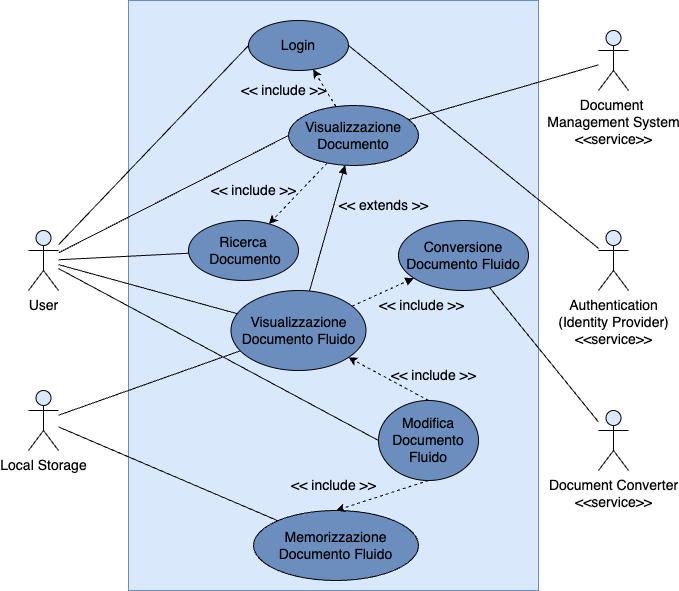
This is img/tesi-1-Use-case.drawio.png from paganellif/tesi-paganelli, a draw.io export, as it was before one commit. Source tidied: cells renumbered, new cells last; positions are measured from the earlier drawing's top-left corner, leaving out a move shared by most shapes.
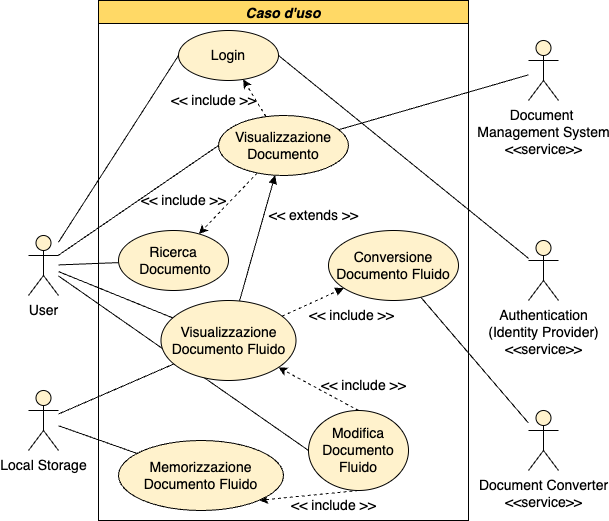
After the change.

Diff of the diagram source:
```diff
@@ -2,9 +2,6 @@
   <root>
     <mxCell id="0" />
     <mxCell id="1" parent="0" />
-    <mxCell id="2" style="rounded=0;whiteSpace=wrap;html=1;fillColor=#dae8fc;strokeColor=#6c8ebf;fontSize=14;" parent="1" vertex="1">
-      <mxGeometry x="100" width="410" height="590" as="geometry" />
-    </mxCell>
     <mxCell id="3" style="rounded=0;jettySize=auto;html=1;entryX=0;entryY=0.5;entryDx=0;entryDy=0;endArrow=none;endFill=0;fontSize=14;fillColor=#dae8fc;strokeColor=#000000;" parent="1" edge="1" source="6" target="8">
       <mxGeometry relative="1" as="geometry" />
     </mxCell>
@@ -14,19 +11,19 @@
     <mxCell id="5" style="edgeStyle=none;rounded=0;jettySize=auto;html=1;endArrow=none;endFill=0;entryX=0;entryY=0.5;entryDx=0;entryDy=0;fontSize=14;fillColor=#dae8fc;strokeColor=#000000;" parent="1" edge="1" source="6" target="16">
       <mxGeometry relative="1" as="geometry" />
     </mxCell>
-    <mxCell id="6" value="User" style="shape=umlActor;verticalLabelPosition=bottom;verticalAlign=top;html=1;outlineConnect=0;fillColor=#dae8fc;fontSize=14;strokeColor=#000000;" parent="1" vertex="1">
-      <mxGeometry y="230" width="30" height="60" as="geometry" />
+    <mxCell id="6" value="User" style="shape=umlActor;verticalLabelPosition=bottom;verticalAlign=top;html=1;outlineConnect=0;fillColor=#FFF2CC;fontSize=14;strokeColor=#000000;" parent="1" vertex="1">
+      <mxGeometry x="70" y="225" width="30" height="60" as="geometry" />
     </mxCell>
     <mxCell id="7" style="edgeStyle=none;rounded=0;jettySize=auto;html=1;endArrow=none;endFill=0;exitX=1;exitY=0.5;exitDx=0;exitDy=0;fontSize=14;fillColor=#dae8fc;strokeColor=#000000;" parent="1" edge="1" source="8" target="9">
       <mxGeometry relative="1" as="geometry" />
     </mxCell>
-    <mxCell id="8" value="Login" style="ellipse;whiteSpace=wrap;html=1;fillColor=#6C8EBF;strokeColor=#000000;fontSize=14;" parent="1" vertex="1">
+    <mxCell id="8" value="Login" style="ellipse;whiteSpace=wrap;html=1;fillColor=#FFF2CC;strokeColor=#000000;fontSize=14;" parent="1" vertex="1">
       <mxGeometry x="220" y="20" width="100" height="50" as="geometry" />
     </mxCell>
-    <mxCell id="9" value="Authentication&lt;br style=&quot;font-size: 14px;&quot;&gt;(Identity Provider)&lt;br style=&quot;font-size: 14px;&quot;&gt;&amp;lt;&amp;lt;service&amp;gt;&amp;gt;" style="shape=umlActor;verticalLabelPosition=bottom;verticalAlign=top;html=1;outlineConnect=0;fillColor=#dae8fc;fontSize=14;strokeColor=#000000;" parent="1" vertex="1">
+    <mxCell id="9" value="Authentication&lt;br style=&quot;font-size: 14px;&quot;&gt;(Identity Provider)&lt;br style=&quot;font-size: 14px;&quot;&gt;&amp;lt;&amp;lt;service&amp;gt;&amp;gt;" style="shape=umlActor;verticalLabelPosition=bottom;verticalAlign=top;html=1;outlineConnect=0;fillColor=#FFF2CC;fontSize=14;strokeColor=#000000;" parent="1" vertex="1">
       <mxGeometry x="570" y="230" width="30" height="60" as="geometry" />
     </mxCell>
-    <mxCell id="10" value="Ricerca&lt;br style=&quot;font-size: 14px;&quot;&gt;&amp;nbsp;Documento" style="ellipse;whiteSpace=wrap;html=1;fillColor=#6C8EBF;strokeColor=#000000;fontSize=14;" parent="1" vertex="1">
+    <mxCell id="10" value="Ricerca&lt;br style=&quot;font-size: 14px;&quot;&gt;&amp;nbsp;Documento" style="ellipse;whiteSpace=wrap;html=1;fillColor=#FFF2CC;strokeColor=#000000;fontSize=14;" parent="1" vertex="1">
       <mxGeometry x="160" y="220" width="110" height="60" as="geometry" />
     </mxCell>
     <mxCell id="11" style="edgeStyle=none;rounded=0;jettySize=auto;html=1;endArrow=classic;endFill=1;dashed=1;fillColor=#dae8fc;strokeColor=#000000;fontSize=14;" parent="1" edge="1" source="14" target="10">
@@ -38,13 +35,13 @@
     <mxCell id="13" style="rounded=0;jettySize=auto;html=1;dashed=1;fillColor=#dae8fc;strokeColor=#000000;fontSize=14;" parent="1" edge="1" source="14" target="8">
       <mxGeometry relative="1" as="geometry" />
     </mxCell>
-    <mxCell id="14" value="Visualizzazione Documento" style="ellipse;whiteSpace=wrap;html=1;fillColor=#6C8EBF;strokeColor=#000000;fontSize=14;" parent="1" vertex="1">
+    <mxCell id="14" value="Visualizzazione Documento" style="ellipse;whiteSpace=wrap;html=1;fillColor=#FFF2CC;strokeColor=#000000;fontSize=14;" parent="1" vertex="1">
       <mxGeometry x="260" y="105" width="130" height="60" as="geometry" />
     </mxCell>
     <mxCell id="15" value="&amp;lt;&amp;lt; include &amp;gt;&amp;gt;" style="text;html=1;align=center;verticalAlign=middle;strokeColor=none;fillColor=none;fontSize=14;" parent="1" vertex="1">
       <mxGeometry x="170" y="175" width="110" height="30" as="geometry" />
     </mxCell>
-    <mxCell id="16" value="Modifica Documento Fluido" style="ellipse;whiteSpace=wrap;html=1;fillColor=#6C8EBF;strokeColor=#000000;fontSize=14;" parent="1" vertex="1">
+    <mxCell id="16" value="Modifica Documento Fluido" style="ellipse;whiteSpace=wrap;html=1;fillColor=#FFF2CC;strokeColor=#000000;fontSize=14;" parent="1" vertex="1">
       <mxGeometry x="350" y="400" width="100" height="80" as="geometry" />
     </mxCell>
     <mxCell id="17" style="edgeStyle=none;rounded=0;jettySize=auto;html=1;endArrow=classic;endFill=1;dashed=1;exitX=0.5;exitY=0;exitDx=0;exitDy=0;fillColor=#dae8fc;strokeColor=#000000;fontSize=14;" parent="1" edge="1" source="16" target="26">
@@ -56,13 +53,7 @@
     <mxCell id="19" style="rounded=0;jettySize=auto;html=1;endArrow=none;endFill=0;fontSize=14;fillColor=#dae8fc;strokeColor=#000000;" parent="1" edge="1" source="20" target="35">
       <mxGeometry relative="1" as="geometry" />
     </mxCell>
-    <mxCell id="20" value="Memorizzazione Documento Fluido" style="ellipse;whiteSpace=wrap;html=1;fillColor=#6C8EBF;strokeColor=#000000;fontSize=14;" parent="1" vertex="1">
-      <mxGeometry x="225" y="510" width="165" height="70" as="geometry" />
-    </mxCell>
-    <mxCell id="21" value="&amp;lt;&amp;lt; include &amp;gt;&amp;gt;" style="text;html=1;align=center;verticalAlign=middle;strokeColor=none;fillColor=none;fontSize=14;" parent="1" vertex="1">
-      <mxGeometry x="250" y="470" width="110" height="30" as="geometry" />
-    </mxCell>
-    <mxCell id="22" style="edgeStyle=none;rounded=0;jettySize=auto;html=1;endArrow=classic;endFill=1;dashed=1;entryX=0.5;entryY=0;entryDx=0;entryDy=0;exitX=0.5;exitY=1;exitDx=0;exitDy=0;fillColor=#dae8fc;strokeColor=#000000;fontSize=14;" parent="1" edge="1" source="16" target="20">
+    <mxCell id="22" style="edgeStyle=none;rounded=0;jettySize=auto;html=1;endArrow=classic;endFill=1;dashed=1;entryX=1;entryY=1;entryDx=0;entryDy=0;exitX=0.5;exitY=1;exitDx=0;exitDy=0;fillColor=#dae8fc;strokeColor=#000000;fontSize=14;" parent="1" edge="1" source="16" target="20">
       <mxGeometry relative="1" as="geometry" />
     </mxCell>
     <mxCell id="23" style="edgeStyle=none;rounded=0;jettySize=auto;html=1;endArrow=block;endFill=1;startArrow=none;startFill=0;fillColor=#dae8fc;strokeColor=#000000;fontSize=14;" parent="1" edge="1" source="26" target="14">
@@ -74,7 +65,7 @@
     <mxCell id="25" style="edgeStyle=none;rounded=0;jettySize=auto;html=1;endArrow=none;endFill=0;fontSize=14;fillColor=#dae8fc;strokeColor=#000000;" parent="1" edge="1" source="26" target="35">
       <mxGeometry relative="1" as="geometry" />
     </mxCell>
-    <mxCell id="26" value="Visualizzazione Documento Fluido" style="ellipse;whiteSpace=wrap;html=1;fillColor=#6C8EBF;strokeColor=#000000;fontSize=14;" parent="1" vertex="1">
+    <mxCell id="26" value="Visualizzazione Documento Fluido" style="ellipse;whiteSpace=wrap;html=1;fillColor=#FFF2CC;strokeColor=#000000;fontSize=14;" parent="1" vertex="1">
       <mxGeometry x="202.5" y="290" width="135" height="80" as="geometry" />
     </mxCell>
     <mxCell id="27" value="&amp;lt;&amp;lt; extends &amp;gt;&amp;gt;" style="text;html=1;align=center;verticalAlign=middle;strokeColor=none;fillColor=none;fontSize=14;" parent="1" vertex="1">
@@ -89,23 +80,32 @@
     <mxCell id="30" style="edgeStyle=none;rounded=0;jettySize=auto;html=1;startArrow=none;startFill=0;endArrow=none;endFill=0;fontSize=14;fillColor=#dae8fc;strokeColor=#000000;" parent="1" edge="1" source="31" target="33">
       <mxGeometry relative="1" as="geometry" />
     </mxCell>
-    <mxCell id="31" value="Conversione Documento Fluido" style="ellipse;whiteSpace=wrap;html=1;fillColor=#6C8EBF;strokeColor=#000000;fontSize=14;" parent="1" vertex="1">
+    <mxCell id="31" value="Conversione Documento Fluido" style="ellipse;whiteSpace=wrap;html=1;fillColor=#FFF2CC;strokeColor=#000000;fontSize=14;" parent="1" vertex="1">
       <mxGeometry x="370" y="220" width="130" height="70" as="geometry" />
     </mxCell>
     <mxCell id="32" value="&amp;lt;&amp;lt; include &amp;gt;&amp;gt;" style="text;html=1;align=center;verticalAlign=middle;strokeColor=none;fillColor=none;fontSize=14;" parent="1" vertex="1">
       <mxGeometry x="337.5" y="290" width="110" height="30" as="geometry" />
     </mxCell>
-    <mxCell id="33" value="Document Converter&lt;br style=&quot;font-size: 14px;&quot;&gt;&amp;lt;&amp;lt;service&amp;gt;&amp;gt;" style="shape=umlActor;verticalLabelPosition=bottom;verticalAlign=top;html=1;outlineConnect=0;fillColor=#dae8fc;fontSize=14;strokeColor=#000000;" parent="1" vertex="1">
-      <mxGeometry x="570" y="410" width="30" height="60" as="geometry" />
+    <mxCell id="33" value="Document Converter&lt;br style=&quot;font-size: 14px;&quot;&gt;&amp;lt;&amp;lt;service&amp;gt;&amp;gt;" style="shape=umlActor;verticalLabelPosition=bottom;verticalAlign=top;html=1;outlineConnect=0;fillColor=#FFF2CC;fontSize=14;strokeColor=#000000;" parent="1" vertex="1">
+      <mxGeometry x="570" y="400" width="30" height="60" as="geometry" />
     </mxCell>
-    <mxCell id="34" value="Document &lt;br style=&quot;font-size: 14px;&quot;&gt;Management System&lt;br style=&quot;font-size: 14px;&quot;&gt;&amp;lt;&amp;lt;service&amp;gt;&amp;gt;" style="shape=umlActor;verticalLabelPosition=bottom;verticalAlign=top;html=1;outlineConnect=0;fillColor=#dae8fc;fontSize=14;strokeColor=#000000;" parent="1" vertex="1">
+    <mxCell id="34" value="Document &lt;br style=&quot;font-size: 14px;&quot;&gt;Management System&lt;br style=&quot;font-size: 14px;&quot;&gt;&amp;lt;&amp;lt;service&amp;gt;&amp;gt;" style="shape=umlActor;verticalLabelPosition=bottom;verticalAlign=top;html=1;outlineConnect=0;fillColor=#FFF2CC;fontSize=14;strokeColor=#000000;" parent="1" vertex="1">
       <mxGeometry x="570" y="30" width="30" height="60" as="geometry" />
     </mxCell>
-    <mxCell id="35" value="Local Storage" style="shape=umlActor;verticalLabelPosition=bottom;verticalAlign=top;html=1;outlineConnect=0;fillColor=#dae8fc;fontSize=14;strokeColor=#000000;" parent="1" vertex="1">
-      <mxGeometry y="390" width="30" height="60" as="geometry" />
+    <mxCell id="35" value="Local Storage" style="shape=umlActor;verticalLabelPosition=bottom;verticalAlign=top;html=1;outlineConnect=0;fillColor=#FFF2CC;fontSize=14;strokeColor=#000000;" parent="1" vertex="1">
+      <mxGeometry x="70" y="380" width="30" height="60" as="geometry" />
     </mxCell>
     <mxCell id="36" value="&amp;lt;&amp;lt; include &amp;gt;&amp;gt;" style="text;html=1;align=center;verticalAlign=middle;strokeColor=none;fillColor=none;fontSize=14;" parent="1" vertex="1">
       <mxGeometry x="200" y="75" width="110" height="30" as="geometry" />
     </mxCell>
+    <mxCell id="37" value="Caso d'uso" style="swimlane;fillColor=#FFD966;fontSize=14;fontStyle=3;" parent="1" vertex="1">
+      <mxGeometry x="140" y="-10" width="370" height="520" as="geometry" />
+    </mxCell>
+    <mxCell id="20" value="Memorizzazione Documento Fluido" style="ellipse;whiteSpace=wrap;html=1;fillColor=#FFF2CC;strokeColor=#000000;fontSize=14;" parent="37" vertex="1">
+      <mxGeometry x="20" y="440" width="165" height="70" as="geometry" />
+    </mxCell>
+    <mxCell id="21" value="&amp;lt;&amp;lt; include &amp;gt;&amp;gt;" style="text;html=1;align=center;verticalAlign=middle;strokeColor=none;fillColor=none;fontSize=14;" parent="37" vertex="1">
+      <mxGeometry x="180" y="490" width="110" height="30" as="geometry" />
+    </mxCell>
   </root>
 </mxGraphModel>
```
